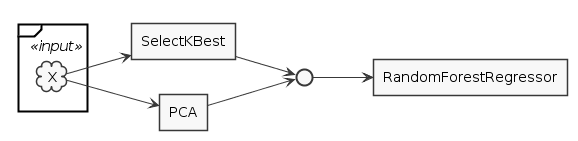
Above: ibex_pres/generated/deployment_col_aggregating_further_transformations.png in atavory/atavory.github.io (PlantUML), before the change.
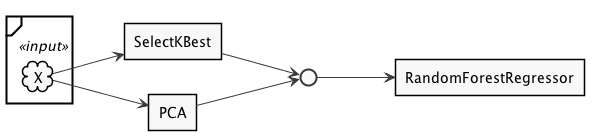
After the change.

Change to the diagram source:
```diff
@@ -5,7 +5,7 @@
 
 left to right direction
 
-frame "" <<input>> {
+frame " " <<input>> {
     cloud X
 }
 rectangle SelectKBest
```
